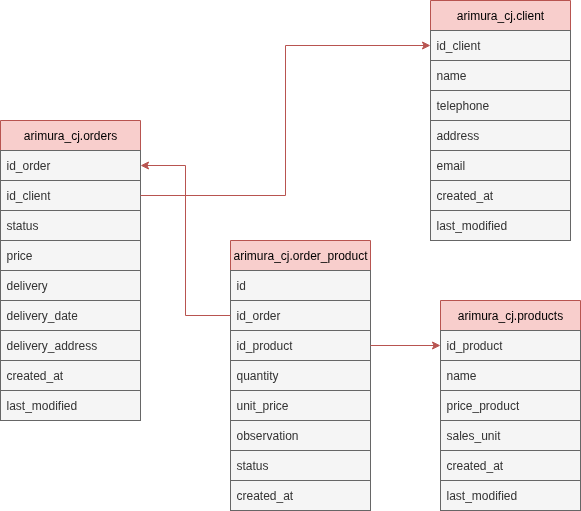
dentrodailha96/arimura_cj keeps this draw.io diagram as docs/database.png. Above is the earlier version. Source tidied: cells renumbered, new cells last; positions are measured from the earlier drawing's top-left corner, leaving out a move shared by most shapes. Its diagram source:
```xml
<mxGraphModel>
  <root>
    <mxCell id="0" />
    <mxCell id="1" parent="0" />
    <mxCell id="2" value="arimura_cj.client" style="swimlane;fontStyle=0;horizontal=1;startSize=30;whiteSpace=wrap;html=1;fillColor=#f8cecc;strokeColor=#b85450;" parent="1" vertex="1">
      <mxGeometry x="430" width="140" height="240" as="geometry" />
    </mxCell>
    <mxCell id="3" value="id_client" style="text;strokeColor=#666666;fillColor=#f5f5f5;align=left;verticalAlign=middle;spacingLeft=4;spacingRight=4;overflow=hidden;points=[[0,0.5],[1,0.5]];portConstraint=eastwest;whiteSpace=wrap;html=1;fontColor=#333333;" parent="2" vertex="1">
      <mxGeometry y="30" width="140" height="30" as="geometry" />
    </mxCell>
    <mxCell id="4" value="name" style="text;strokeColor=#666666;fillColor=#f5f5f5;align=left;verticalAlign=middle;spacingLeft=4;spacingRight=4;overflow=hidden;whiteSpace=wrap;html=1;fontColor=#333333;" parent="2" vertex="1">
      <mxGeometry y="60" width="140" height="30" as="geometry" />
    </mxCell>
    <mxCell id="5" value="telephone" style="text;strokeColor=#666666;fillColor=#f5f5f5;align=left;verticalAlign=middle;spacingLeft=4;spacingRight=4;overflow=hidden;whiteSpace=wrap;html=1;fontColor=#333333;" parent="2" vertex="1">
      <mxGeometry y="90" width="140" height="30" as="geometry" />
    </mxCell>
    <mxCell id="6" value="address" style="text;strokeColor=#666666;fillColor=#f5f5f5;align=left;verticalAlign=middle;spacingLeft=4;spacingRight=4;overflow=hidden;whiteSpace=wrap;html=1;fontColor=#333333;" parent="2" vertex="1">
      <mxGeometry y="120" width="140" height="30" as="geometry" />
    </mxCell>
    <mxCell id="7" value="email" style="text;strokeColor=#666666;fillColor=#f5f5f5;align=left;verticalAlign=middle;spacingLeft=4;spacingRight=4;overflow=hidden;whiteSpace=wrap;html=1;fontColor=#333333;" parent="2" vertex="1">
      <mxGeometry y="150" width="140" height="30" as="geometry" />
    </mxCell>
    <mxCell id="8" value="created_at" style="text;strokeColor=#666666;fillColor=#f5f5f5;align=left;verticalAlign=middle;spacingLeft=4;spacingRight=4;overflow=hidden;whiteSpace=wrap;html=1;fontColor=#333333;" parent="2" vertex="1">
      <mxGeometry y="180" width="140" height="30" as="geometry" />
    </mxCell>
    <mxCell id="9" value="last_modified" style="text;strokeColor=#666666;fillColor=#f5f5f5;align=left;verticalAlign=middle;spacingLeft=4;spacingRight=4;overflow=hidden;whiteSpace=wrap;html=1;fontColor=#333333;" parent="2" vertex="1">
      <mxGeometry y="210" width="140" height="30" as="geometry" />
    </mxCell>
    <mxCell id="10" value="arimura_cj.products" style="swimlane;fontStyle=0;horizontal=1;startSize=30;whiteSpace=wrap;html=1;fillColor=#f8cecc;strokeColor=#b85450;" parent="1" vertex="1">
      <mxGeometry x="440" y="300" width="140" height="210" as="geometry" />
    </mxCell>
    <mxCell id="11" value="id_product" style="text;strokeColor=#666666;fillColor=#f5f5f5;align=left;verticalAlign=middle;spacingLeft=4;spacingRight=4;overflow=hidden;points=[[0,0.5],[1,0.5]];portConstraint=eastwest;whiteSpace=wrap;html=1;fontColor=#333333;" parent="10" vertex="1">
      <mxGeometry y="30" width="140" height="30" as="geometry" />
    </mxCell>
    <mxCell id="12" value="name" style="text;strokeColor=#666666;fillColor=#f5f5f5;align=left;verticalAlign=middle;spacingLeft=4;spacingRight=4;overflow=hidden;whiteSpace=wrap;html=1;fontColor=#333333;" parent="10" vertex="1">
      <mxGeometry y="60" width="140" height="30" as="geometry" />
    </mxCell>
    <mxCell id="13" value="price_product" style="text;strokeColor=#666666;fillColor=#f5f5f5;align=left;verticalAlign=middle;spacingLeft=4;spacingRight=4;overflow=hidden;whiteSpace=wrap;html=1;fontColor=#333333;" parent="10" vertex="1">
      <mxGeometry y="90" width="140" height="30" as="geometry" />
    </mxCell>
    <mxCell id="14" value="sales_unit" style="text;strokeColor=#666666;fillColor=#f5f5f5;align=left;verticalAlign=middle;spacingLeft=4;spacingRight=4;overflow=hidden;whiteSpace=wrap;html=1;fontColor=#333333;" parent="10" vertex="1">
      <mxGeometry y="120" width="140" height="30" as="geometry" />
    </mxCell>
    <mxCell id="15" value="created_at" style="text;strokeColor=#666666;fillColor=#f5f5f5;align=left;verticalAlign=middle;spacingLeft=4;spacingRight=4;overflow=hidden;whiteSpace=wrap;html=1;fontColor=#333333;" parent="10" vertex="1">
      <mxGeometry y="150" width="140" height="30" as="geometry" />
    </mxCell>
    <mxCell id="16" value="last_modified" style="text;strokeColor=#666666;fillColor=#f5f5f5;align=left;verticalAlign=middle;spacingLeft=4;spacingRight=4;overflow=hidden;whiteSpace=wrap;html=1;fontColor=#333333;" parent="10" vertex="1">
      <mxGeometry y="180" width="140" height="30" as="geometry" />
    </mxCell>
    <mxCell id="17" value="arimura_cj.orders" style="swimlane;fontStyle=0;horizontal=1;startSize=30;whiteSpace=wrap;html=1;fillColor=#f8cecc;strokeColor=#b85450;" parent="1" vertex="1">
      <mxGeometry y="120" width="140" height="300" as="geometry" />
    </mxCell>
    <mxCell id="18" value="id_order" style="text;strokeColor=#666666;fillColor=#f5f5f5;align=left;verticalAlign=middle;spacingLeft=4;spacingRight=4;overflow=hidden;points=[[0,0.5],[1,0.5]];portConstraint=eastwest;whiteSpace=wrap;html=1;fontColor=#333333;" parent="17" vertex="1">
      <mxGeometry y="30" width="140" height="30" as="geometry" />
    </mxCell>
    <mxCell id="19" value="id_client" style="text;strokeColor=#666666;fillColor=#f5f5f5;align=left;verticalAlign=middle;spacingLeft=4;spacingRight=4;overflow=hidden;points=[[0,0.5],[1,0.5]];portConstraint=eastwest;whiteSpace=wrap;html=1;fontColor=#333333;" parent="17" vertex="1">
      <mxGeometry y="60" width="140" height="30" as="geometry" />
    </mxCell>
    <mxCell id="20" value="status" style="text;strokeColor=#666666;fillColor=#f5f5f5;align=left;verticalAlign=middle;spacingLeft=4;spacingRight=4;overflow=hidden;whiteSpace=wrap;html=1;fontColor=#333333;" parent="17" vertex="1">
      <mxGeometry y="90" width="140" height="30" as="geometry" />
    </mxCell>
    <mxCell id="21" value="price" style="text;strokeColor=#666666;fillColor=#f5f5f5;align=left;verticalAlign=middle;spacingLeft=4;spacingRight=4;overflow=hidden;whiteSpace=wrap;html=1;fontColor=#333333;" parent="17" vertex="1">
      <mxGeometry y="120" width="140" height="30" as="geometry" />
    </mxCell>
    <mxCell id="22" value="delivery" style="text;strokeColor=#666666;fillColor=#f5f5f5;align=left;verticalAlign=middle;spacingLeft=4;spacingRight=4;overflow=hidden;whiteSpace=wrap;html=1;fontColor=#333333;" parent="17" vertex="1">
      <mxGeometry y="150" width="140" height="30" as="geometry" />
    </mxCell>
    <mxCell id="23" value="delivery_date" style="text;strokeColor=#666666;fillColor=#f5f5f5;align=left;verticalAlign=middle;spacingLeft=4;spacingRight=4;overflow=hidden;whiteSpace=wrap;html=1;fontColor=#333333;" parent="17" vertex="1">
      <mxGeometry y="180" width="140" height="30" as="geometry" />
    </mxCell>
    <mxCell id="24" value="delivery_address" style="text;strokeColor=#666666;fillColor=#f5f5f5;align=left;verticalAlign=middle;spacingLeft=4;spacingRight=4;overflow=hidden;whiteSpace=wrap;html=1;fontColor=#333333;" parent="17" vertex="1">
      <mxGeometry y="210" width="140" height="30" as="geometry" />
    </mxCell>
    <mxCell id="25" value="created_at" style="text;strokeColor=#666666;fillColor=#f5f5f5;align=left;verticalAlign=middle;spacingLeft=4;spacingRight=4;overflow=hidden;whiteSpace=wrap;html=1;fontColor=#333333;" parent="17" vertex="1">
      <mxGeometry y="240" width="140" height="30" as="geometry" />
    </mxCell>
    <mxCell id="26" value="last_modified" style="text;strokeColor=#666666;fillColor=#f5f5f5;align=left;verticalAlign=middle;spacingLeft=4;spacingRight=4;overflow=hidden;whiteSpace=wrap;html=1;fontColor=#333333;" parent="17" vertex="1">
      <mxGeometry y="270" width="140" height="30" as="geometry" />
    </mxCell>
    <mxCell id="27" value="arimura_cj.order_product" style="swimlane;fontStyle=0;horizontal=1;startSize=30;whiteSpace=wrap;html=1;fillColor=#f8cecc;strokeColor=#b85450;" parent="1" vertex="1">
      <mxGeometry x="230" y="240" width="140" height="270" as="geometry" />
    </mxCell>
    <mxCell id="28" value="id" style="text;strokeColor=#666666;fillColor=#f5f5f5;align=left;verticalAlign=middle;spacingLeft=4;spacingRight=4;overflow=hidden;whiteSpace=wrap;html=1;fontColor=#333333;" parent="27" vertex="1">
      <mxGeometry y="30" width="140" height="30" as="geometry" />
    </mxCell>
    <mxCell id="29" value="id_order" style="text;strokeColor=#666666;fillColor=#f5f5f5;align=left;verticalAlign=middle;spacingLeft=4;spacingRight=4;overflow=hidden;points=[[0,0.5],[1,0.5]];portConstraint=eastwest;whiteSpace=wrap;html=1;fontColor=#333333;" parent="27" vertex="1">
      <mxGeometry y="60" width="140" height="30" as="geometry" />
    </mxCell>
    <mxCell id="30" value="id_product" style="text;strokeColor=#666666;fillColor=#f5f5f5;align=left;verticalAlign=middle;spacingLeft=4;spacingRight=4;overflow=hidden;points=[[0,0.5],[1,0.5]];portConstraint=eastwest;whiteSpace=wrap;html=1;fontColor=#333333;" parent="27" vertex="1">
      <mxGeometry y="90" width="140" height="30" as="geometry" />
    </mxCell>
    <mxCell id="31" value="quantity" style="text;strokeColor=#666666;fillColor=#f5f5f5;align=left;verticalAlign=middle;spacingLeft=4;spacingRight=4;overflow=hidden;whiteSpace=wrap;html=1;fontColor=#333333;" parent="27" vertex="1">
      <mxGeometry y="120" width="140" height="30" as="geometry" />
    </mxCell>
    <mxCell id="32" value="unit_price" style="text;strokeColor=#666666;fillColor=#f5f5f5;align=left;verticalAlign=middle;spacingLeft=4;spacingRight=4;overflow=hidden;whiteSpace=wrap;html=1;fontColor=#333333;" parent="27" vertex="1">
      <mxGeometry y="150" width="140" height="30" as="geometry" />
    </mxCell>
    <mxCell id="33" value="observation" style="text;strokeColor=#666666;fillColor=#f5f5f5;align=left;verticalAlign=middle;spacingLeft=4;spacingRight=4;overflow=hidden;whiteSpace=wrap;html=1;fontColor=#333333;" parent="27" vertex="1">
      <mxGeometry y="180" width="140" height="30" as="geometry" />
    </mxCell>
    <mxCell id="34" value="status" style="text;strokeColor=#666666;fillColor=#f5f5f5;align=left;verticalAlign=middle;spacingLeft=4;spacingRight=4;overflow=hidden;whiteSpace=wrap;html=1;fontColor=#333333;" parent="27" vertex="1">
      <mxGeometry y="210" width="140" height="30" as="geometry" />
    </mxCell>
    <mxCell id="35" value="created_at" style="text;strokeColor=#666666;fillColor=#f5f5f5;align=left;verticalAlign=middle;spacingLeft=4;spacingRight=4;overflow=hidden;whiteSpace=wrap;html=1;fontColor=#333333;" parent="27" vertex="1">
      <mxGeometry y="240" width="140" height="30" as="geometry" />
    </mxCell>
    <mxCell id="36" style="edgeStyle=orthogonalEdgeStyle;rounded=0;jettySize=auto;html=1;fillColor=#f8cecc;strokeColor=#b85450;" parent="1" edge="1" source="30" target="11">
      <mxGeometry relative="1" as="geometry" />
    </mxCell>
    <mxCell id="37" style="edgeStyle=orthogonalEdgeStyle;rounded=0;jettySize=auto;html=1;entryX=1;entryY=0.5;entryDx=0;entryDy=0;fillColor=#f8cecc;strokeColor=#b85450;" parent="1" edge="1" source="29" target="18">
      <mxGeometry relative="1" as="geometry" />
    </mxCell>
    <mxCell id="38" style="edgeStyle=orthogonalEdgeStyle;rounded=0;jettySize=auto;html=1;fillColor=#f8cecc;strokeColor=#b85450;" parent="1" edge="1" source="19" target="3">
      <mxGeometry relative="1" as="geometry" />
    </mxCell>
  </root>
</mxGraphModel>
```
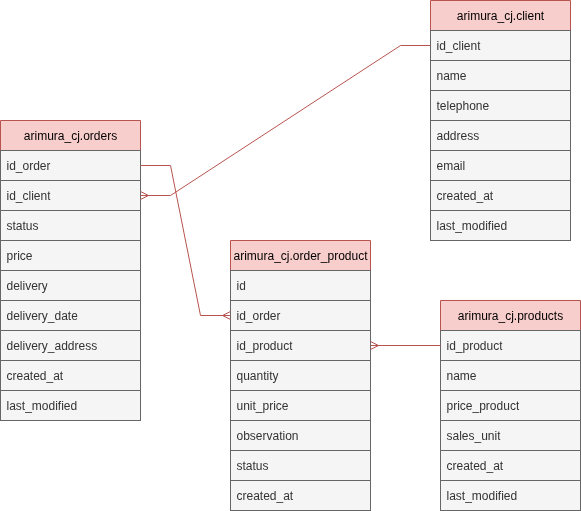
After the change.

What changed in the source:
```diff
@@ -104,13 +104,13 @@
     <mxCell id="35" value="created_at" style="text;strokeColor=#666666;fillColor=#f5f5f5;align=left;verticalAlign=middle;spacingLeft=4;spacingRight=4;overflow=hidden;whiteSpace=wrap;html=1;fontColor=#333333;" parent="27" vertex="1">
       <mxGeometry y="240" width="140" height="30" as="geometry" />
     </mxCell>
-    <mxCell id="36" style="edgeStyle=orthogonalEdgeStyle;rounded=0;jettySize=auto;html=1;fillColor=#f8cecc;strokeColor=#b85450;" parent="1" edge="1" source="30" target="11">
+    <mxCell id="36" style="edgeStyle=orthogonalEdgeStyle;rounded=0;jettySize=auto;html=1;fillColor=#f8cecc;strokeColor=#b85450;endArrow=none;endFill=0;startArrow=ERmany;startFill=0;" parent="1" edge="1" source="30" target="11">
       <mxGeometry relative="1" as="geometry" />
     </mxCell>
-    <mxCell id="37" style="edgeStyle=orthogonalEdgeStyle;rounded=0;jettySize=auto;html=1;entryX=1;entryY=0.5;entryDx=0;entryDy=0;fillColor=#f8cecc;strokeColor=#b85450;" parent="1" edge="1" source="29" target="18">
+    <mxCell id="37" style="edgeStyle=entityRelationEdgeStyle;rounded=0;jettySize=auto;html=1;entryX=1;entryY=0.5;entryDx=0;entryDy=0;fillColor=#f8cecc;strokeColor=#b85450;endArrow=none;endFill=0;startArrow=ERmany;startFill=0;" parent="1" edge="1" source="29" target="18">
       <mxGeometry relative="1" as="geometry" />
     </mxCell>
-    <mxCell id="38" style="edgeStyle=orthogonalEdgeStyle;rounded=0;jettySize=auto;html=1;fillColor=#f8cecc;strokeColor=#b85450;" parent="1" edge="1" source="19" target="3">
+    <mxCell id="38" style="edgeStyle=entityRelationEdgeStyle;rounded=0;jettySize=auto;html=1;fillColor=#f8cecc;strokeColor=#b85450;endArrow=none;endFill=0;startArrow=ERmany;startFill=0;" parent="1" edge="1" source="19" target="3">
       <mxGeometry relative="1" as="geometry" />
     </mxCell>
   </root>
```
